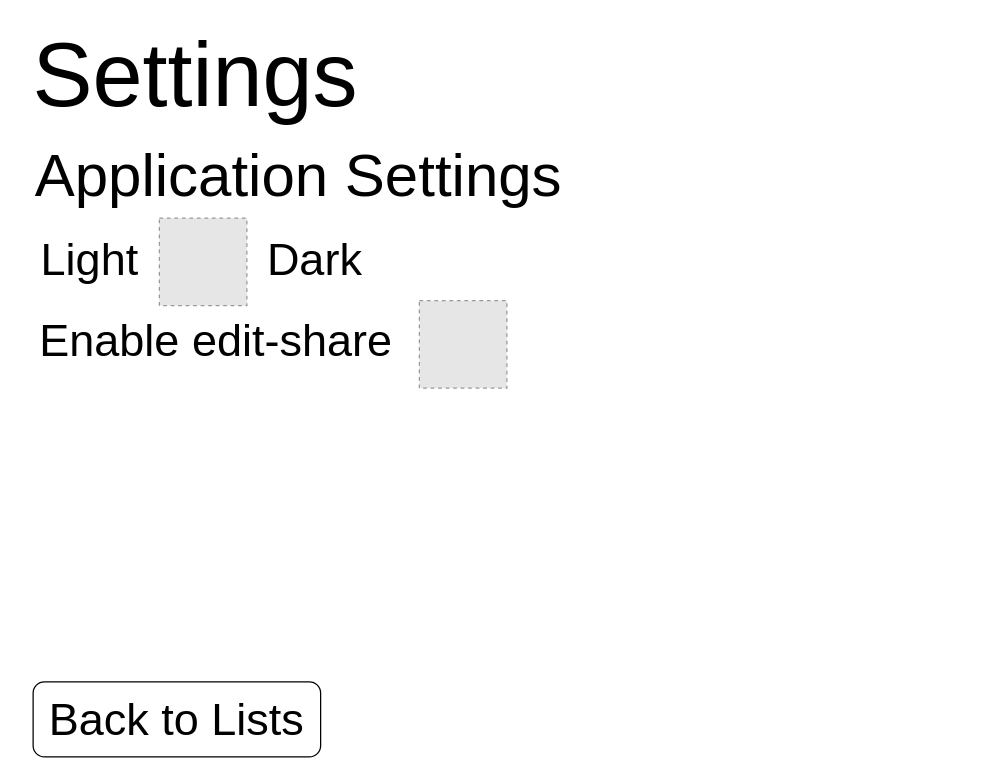
Earlier version of the draw.io diagram page "Settings" (6 of 7) of drawio files/front-end replan.drawio (AvivYunker/Listility). Source tidied: cells renumbered, new cells numbered last; positions are measured from the earlier drawing's top-left corner, leaving out a move shared by most shapes. Both pictures are drawn from the tidied source at 125%, with x=0, y=0 at pixel (28, 56). Pictures stored in the file or linked from it are replaced by grey dashed boxes.
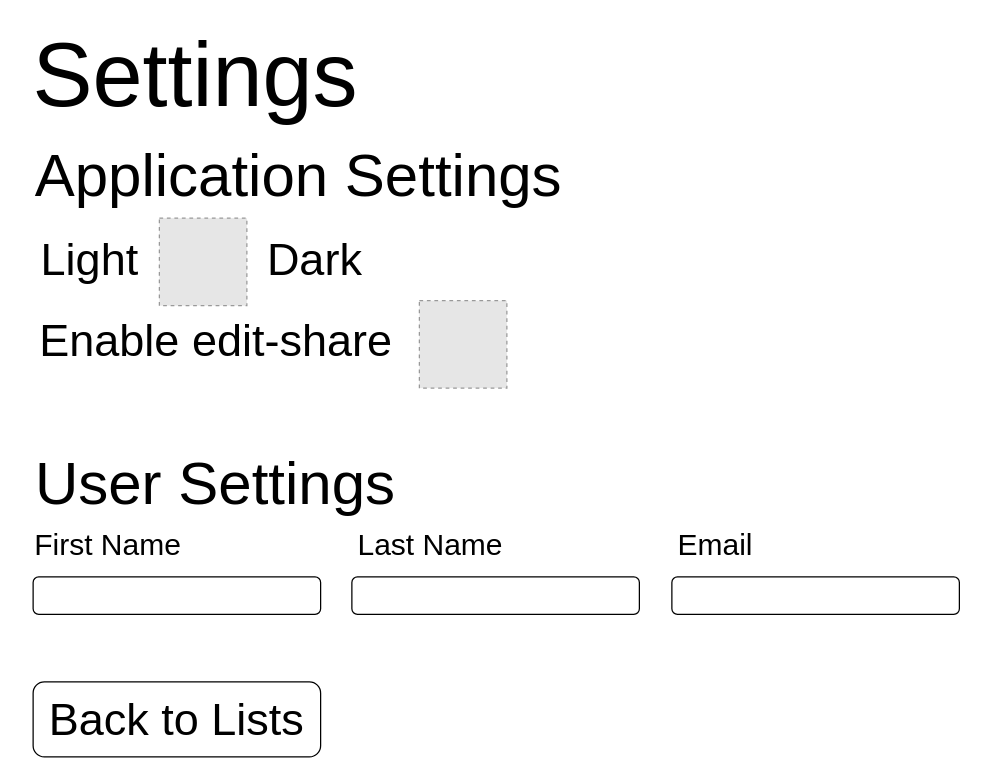
Above is the later version.

Commit message (it also covers changes not shown here):
add user-settings to settings page in drawio

Change to the diagram source:
```diff
@@
 <mxGraphModel>
   <root>
     <mxCell id="0" />
     <mxCell id="1" parent="0" />
     <mxCell id="2" value="&lt;font style=&quot;font-size: 72px&quot;&gt;Settings&lt;/font&gt;" style="text;html=1;strokeColor=none;fillColor=none;align=center;verticalAlign=middle;whiteSpace=wrap;rounded=0;fontSize=36;" parent="1" vertex="1">
       <mxGeometry x="104" width="60" height="30" as="geometry" />
     </mxCell>
     <mxCell id="3" style="fillColor=#E6E6E6;strokeColor=#999999;dashed=1;verticalLabelPosition=bottom;labelBackgroundColor=default;verticalAlign=top;" parent="1" vertex="1">
       <mxGeometry x="105" y="129" width="70" height="70" as="geometry" />
     </mxCell>
     <mxCell id="4" value="&lt;font style=&quot;font-size: 36px&quot;&gt;Light&lt;/font&gt;" style="text;html=1;align=center;verticalAlign=middle;strokeColor=none;fillColor=none;fontSize=72;" parent="1" vertex="1">
       <mxGeometry x="4" y="100" width="90" height="100" as="geometry" />
     </mxCell>
     <mxCell id="5" value="&lt;font style=&quot;font-size: 36px&quot;&gt;Dark&lt;/font&gt;" style="text;html=1;align=center;verticalAlign=middle;strokeColor=none;fillColor=none;fontSize=72;" parent="1" vertex="1">
       <mxGeometry x="184" y="100" width="90" height="100" as="geometry" />
     </mxCell>
     <mxCell id="6" value="&lt;font style=&quot;font-size: 36px&quot;&gt;Enable edit-share&lt;/font&gt;" style="text;html=1;align=center;verticalAlign=middle;strokeColor=none;fillColor=none;fontSize=72;" parent="1" vertex="1">
       <mxGeometry y="165" width="300" height="100" as="geometry" />
     </mxCell>
     <mxCell id="7" style="fillColor=#E6E6E6;strokeColor=#999999;dashed=1;verticalLabelPosition=bottom;labelBackgroundColor=default;verticalAlign=top;" parent="1" vertex="1">
       <mxGeometry x="313" y="195" width="70" height="70" as="geometry" />
     </mxCell>
     <mxCell id="8" value="Back to Lists" style="rounded=1;whiteSpace=wrap;html=1;fontSize=36;" parent="1" vertex="1">
       <mxGeometry x="4" y="500" width="230" height="60" as="geometry" />
     </mxCell>
     <mxCell id="9" value="Application Settings" style="text;html=1;strokeColor=none;fillColor=none;align=center;verticalAlign=middle;whiteSpace=wrap;rounded=0;fontSize=48;" parent="1" vertex="1">
       <mxGeometry x="4" y="80" width="425" height="30" as="geometry" />
     </mxCell>
+    <mxCell id="10" value="User Settings" style="text;html=1;strokeColor=none;fillColor=none;align=center;verticalAlign=middle;whiteSpace=wrap;rounded=0;fontSize=48;" parent="1" vertex="1">
+      <mxGeometry x="-5" y="326" width="310" height="30" as="geometry" />
+    </mxCell>
+    <mxCell id="11" value="&lt;font style=&quot;font-size: 24px&quot;&gt;First Name&lt;/font&gt;" style="text;html=1;strokeColor=none;fillColor=none;align=center;verticalAlign=middle;whiteSpace=wrap;rounded=0;" parent="1" vertex="1">
+      <mxGeometry x="4" y="376" width="120" height="30" as="geometry" />
+    </mxCell>
+    <mxCell id="12" value="&lt;font style=&quot;font-size: 24px&quot;&gt;Last Name&lt;/font&gt;" style="text;html=1;strokeColor=none;fillColor=none;align=center;verticalAlign=middle;whiteSpace=wrap;rounded=0;" parent="1" vertex="1">
+      <mxGeometry x="259" y="376" width="126" height="30" as="geometry" />
+    </mxCell>
+    <mxCell id="13" style="rounded=1;whiteSpace=wrap;html=1;fontSize=24;" parent="1" vertex="1">
+      <mxGeometry x="259" y="416" width="230" height="30" as="geometry" />
+    </mxCell>
+    <mxCell id="14" value="&lt;font style=&quot;font-size: 24px&quot;&gt;Email&lt;/font&gt;" style="text;html=1;strokeColor=none;fillColor=none;align=center;verticalAlign=middle;whiteSpace=wrap;rounded=0;" parent="1" vertex="1">
+      <mxGeometry x="520" y="376" width="60" height="30" as="geometry" />
+    </mxCell>
+    <mxCell id="15" style="rounded=1;whiteSpace=wrap;html=1;fontSize=24;" parent="1" vertex="1">
+      <mxGeometry x="4" y="416" width="230" height="30" as="geometry" />
+    </mxCell>
+    <mxCell id="16" style="rounded=1;whiteSpace=wrap;html=1;fontSize=24;" parent="1" vertex="1">
+      <mxGeometry x="515" y="416" width="230" height="30" as="geometry" />
+    </mxCell>
   </root>
 </mxGraphModel>
```
